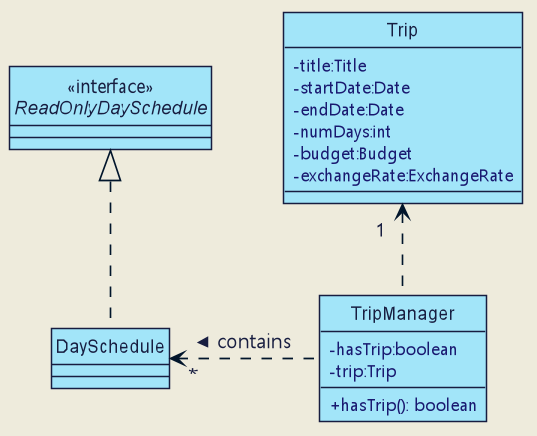
Above: docs/images/developer-guide/trip/TripClassDiagram.png in zenatrick/main (PlantUML), before the change. The source it was exported from:
```plantuml
@startuml









skinparam BackgroundColor #EEEBDC
skinparam Shadowing false
skinparam MinClassWidth 50
skinparam PackageStyle Rectangle

skinparam Default {
    FontColor #171D40
    FontName Malgun Gothic
    TextAlignment center
}

skinparam Participant {
    Padding 10
    BorderColor #171D40
}

skinparam Title {
    FontColor #171D40
    FontName Arial
    FontSize 22
}

skinparam Arrow {
    Thickness 1.5
    Color MidNightBlue
}

skinparam Note {
    BackgroundColor #C6EAE3
    FontColor MidNightBlue
    BorderColor MidNightBlue
    BorderThickness 2
}

skinparam Class {
    BorderThickness 1
    BorderColor #171D40
    BackgroundColor MediumAquaMarine
    AttributeFontColor MidNightBlue
    AttributeIconSize 0
    StereotypeFontColor #171D40
    StereotypeFontStyle normal
    FontName Arial
}

skinparam Object {
    BorderThickness 2
    BorderColor #171D40
    BackgroundColor #C6EAE3
    AttributeFontColor MidNightBlue
    AttributeIconSize 0
    StereotypeFontColor #171D40
    StereotypeFontStyle normal
    FontName Arial
}

skinparam Actor {
    BorderColor #000000
    Color #000000
    FontName Arial
}

skinparam Sequence {
    LifeLineBackgroundColor #C6EAE3
    LifeLineBorderColor #171D40
    LifeLineBorderThickness 1.5
    MessageAlignment center
    SequenceParticipantBorderThickness 10
    ReferenceBackgroundColor #C6EAE3
    ReferenceBorderColor #171D40
    TitleFontColor #171D40
    StereotypeFontStyle normal
    BoxFontSize 22
    BoxFontName Arial
    BoxFontStyle normal
    BoxPadding 0
    BoxBorderColor #EEEBDC
}

skinparam Participant {
    Padding 20
}

skinparam Activity {
    StartColor #171D40
    EndColor #171D40
    BorderThickness 1.5
    BorderColor #171D40
    BackgroundColor MediumAquaMarine
    DiamondBackgroundColor MediumAquaMarine
    DiamondBorderColor #171D40
}

hide footbox
hide circle
skinparam arrowThickness 1.1
skinparam arrowColor #01152B
skinparam classBackgroundColor #A2E5F9

interface ReadOnlyDaySchedule <<interface>>


Trip "1  "<.. TripManager
DaySchedule" *   " <.left. TripManager : contains <
ReadOnlyDaySchedule <|.. DaySchedule

class TripManager {
    - hasTrip:boolean
    - trip:Trip
    + hasTrip(): boolean
}

class Trip {
    - title:Title
    - startDate:Date
    - endDate:Date
    - numDays:int
    - budget:Budget
    - exchangeRate:ExchangeRate
}

show members

@enduml
```
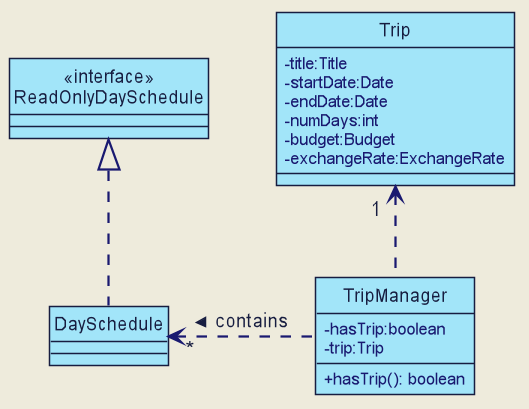
After the change.

Change to the diagram source:
```diff
@@ -1,6 +1,4 @@
 @startuml
-
-
 
 
 
@@ -15,7 +13,7 @@
 
 skinparam Default {
     FontColor #171D40
-    FontName Malgun Gothic
+    FontName Arial
     TextAlignment center
 }
 
@@ -45,7 +43,7 @@
 skinparam Class {
     BorderThickness 1
     BorderColor #171D40
-    BackgroundColor MediumAquaMarine
+    BackgroundColor #A2E5F9
     AttributeFontColor MidNightBlue
     AttributeIconSize 0
     StereotypeFontColor #171D40
@@ -96,18 +94,15 @@
     EndColor #171D40
     BorderThickness 1.5
     BorderColor #171D40
-    BackgroundColor MediumAquaMarine
-    DiamondBackgroundColor MediumAquaMarine
+    BackgroundColor #A2E5F9
+    DiamondBackgroundColor #A2E5F9
     DiamondBorderColor #171D40
 }
 
 hide footbox
 hide circle
-skinparam arrowThickness 1.1
-skinparam arrowColor #01152B
-skinparam classBackgroundColor #A2E5F9
 
-interface ReadOnlyDaySchedule <<interface>>
+class ReadOnlyDaySchedule <<interface>>
 
 
 Trip "1  "<.. TripManager
```
